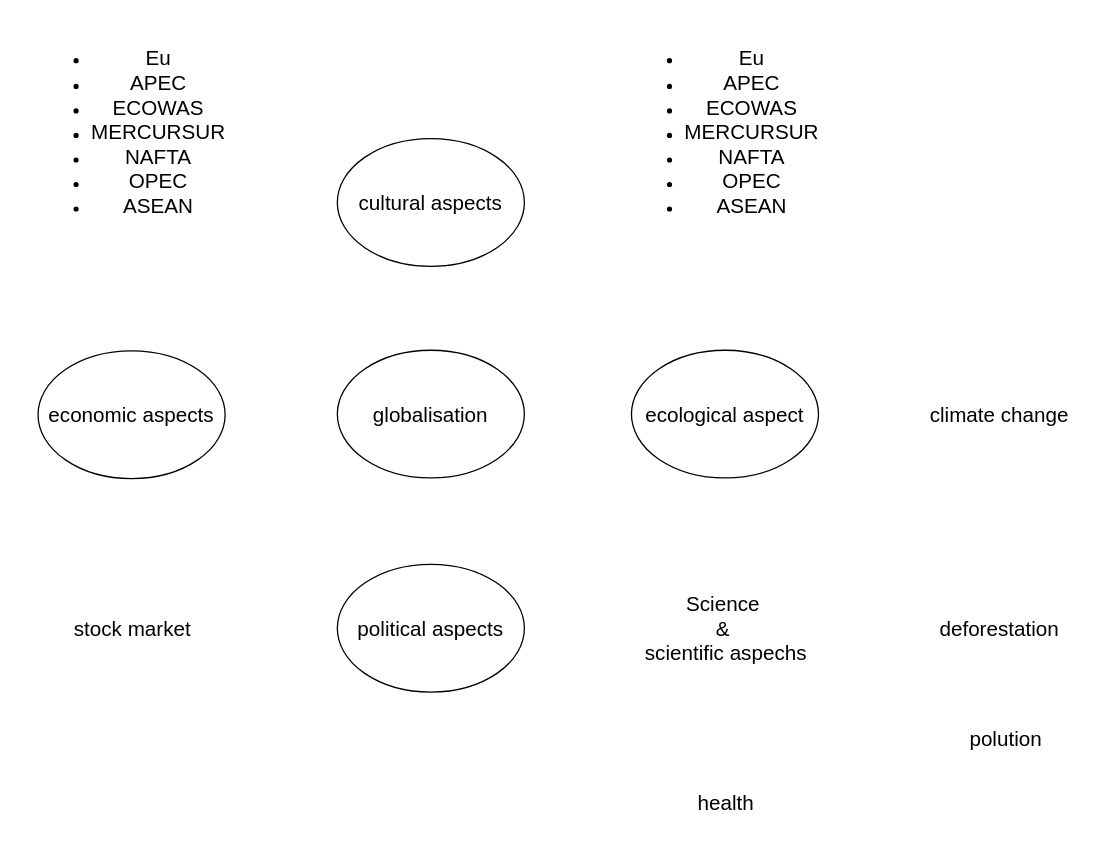
Maxbleibtgeheim/WBS-Norderstedt keeps this draw.io diagram as _Sonstige_/Diagramme/XML/Mind map Globalisation.drawio. Above is the earlier version. Source tidied: cells renumbered, new cells numbered last; positions are measured from the earlier drawing's top-left corner, leaving out a move shared by most shapes. Both pictures are drawn from the tidied source at 129%, with x=0, y=0 at pixel (22, 22).
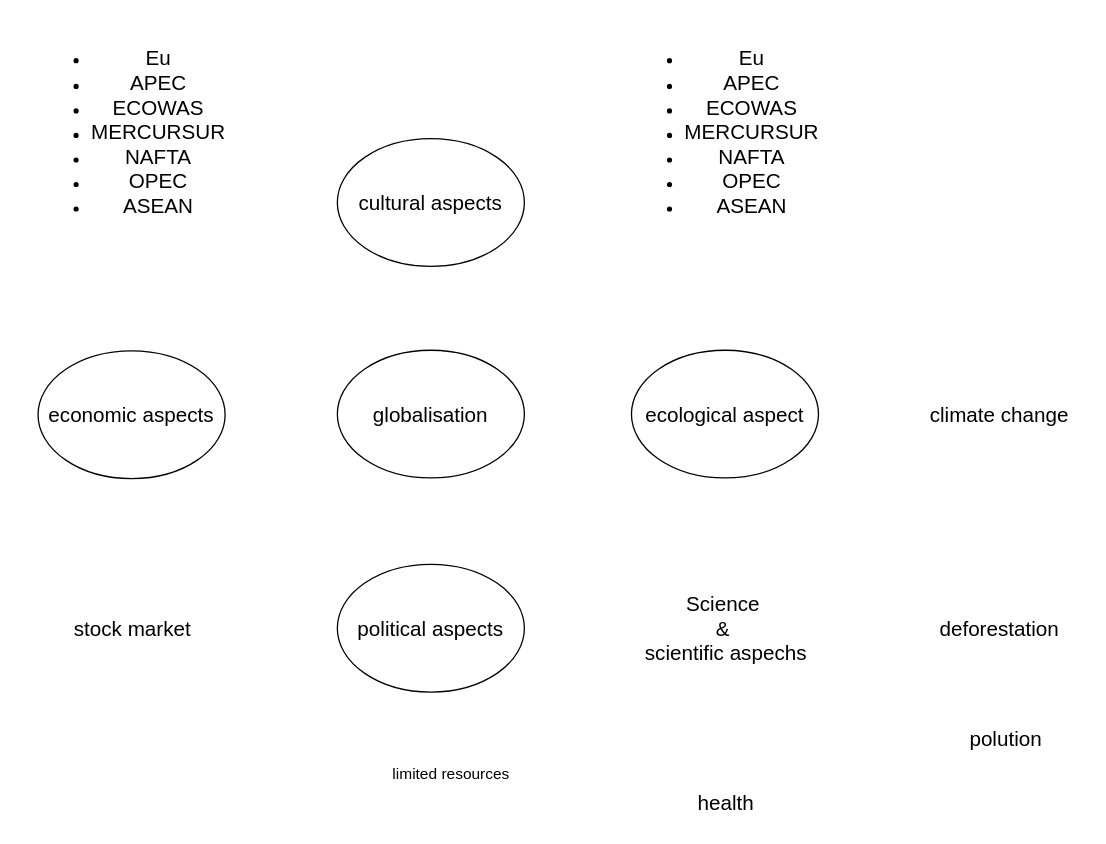
Above is the later version.

Commit message (it also covers changes not shown here):
vault backup: 26.09.2024 08:37:33

Affected files:
_Sonstige_/Diagramme/XML/.$Mind map Globalisation.drawio.bkp
_Sonstige_/Diagramme/XML/Mind map Globalisation.drawio

Diff of the diagram source:
```diff
@@
 <mxGraphModel>
   <root>
     <mxCell id="0" />
     <mxCell id="1" parent="0" />
     <mxCell id="2" value="&lt;font style=&quot;font-size: 16px;&quot;&gt;cultural aspects&lt;/font&gt;" style="ellipse;whiteSpace=wrap;html=1;" parent="1" vertex="1">
       <mxGeometry x="244" y="90" width="145" height="99" as="geometry" />
     </mxCell>
     <mxCell id="3" value="&lt;font style=&quot;font-size: 16px;&quot;&gt;climate change&lt;/font&gt;" style="text;html=1;align=center;verticalAlign=middle;strokeColor=none;fillColor=none;" parent="1" vertex="1">
       <mxGeometry x="692" y="289" width="130" height="30" as="geometry" />
     </mxCell>
     <mxCell id="4" value="&lt;div&gt;&lt;span style=&quot;font-size: 16px;&quot;&gt;Science&amp;nbsp;&lt;/span&gt;&lt;/div&gt;&lt;div&gt;&lt;span style=&quot;font-size: 16px;&quot;&gt;&amp;amp;&amp;nbsp;&lt;/span&gt;&lt;/div&gt;&lt;div&gt;&lt;span style=&quot;font-size: 16px;&quot;&gt;scientific aspechs&lt;/span&gt;&lt;/div&gt;" style="text;html=1;align=center;verticalAlign=middle;strokeColor=none;fillColor=none;" parent="1" vertex="1">
       <mxGeometry x="469.5" y="434.5" width="150" height="70" as="geometry" />
     </mxCell>
     <mxCell id="5" value="&lt;span style=&quot;font-size: 16px;&quot;&gt;health&lt;/span&gt;" style="text;html=1;align=center;verticalAlign=middle;strokeColor=none;fillColor=none;" parent="1" vertex="1">
       <mxGeometry x="509.5" y="590" width="70" height="30" as="geometry" />
     </mxCell>
     <mxCell id="6" value="&lt;span style=&quot;font-size: 16px;&quot;&gt;globalisation&lt;/span&gt;" style="ellipse;whiteSpace=wrap;html=1;" parent="1" vertex="1">
       <mxGeometry x="244" y="254" width="145" height="99" as="geometry" />
     </mxCell>
     <mxCell id="7" value="&lt;span style=&quot;font-size: 16px;&quot;&gt;political aspects&lt;/span&gt;" style="ellipse;whiteSpace=wrap;html=1;" parent="1" vertex="1">
       <mxGeometry x="244" y="420" width="145" height="99" as="geometry" />
     </mxCell>
     <mxCell id="8" value="&lt;font style=&quot;font-size: 16px;&quot;&gt;ecological aspect&lt;/font&gt;" style="ellipse;whiteSpace=wrap;html=1;" parent="1" vertex="1">
       <mxGeometry x="472" y="254" width="145" height="99" as="geometry" />
     </mxCell>
     <mxCell id="9" value="&lt;span style=&quot;font-size: 16px;&quot;&gt;economic aspects&lt;/span&gt;" style="ellipse;whiteSpace=wrap;html=1;" parent="1" vertex="1">
       <mxGeometry x="12" y="254.5" width="145" height="99" as="geometry" />
     </mxCell>
     <mxCell id="10" value="&lt;div&gt;&lt;span style=&quot;font-size: 16px;&quot;&gt;stock market&lt;/span&gt;&lt;/div&gt;" style="text;html=1;align=center;verticalAlign=middle;strokeColor=none;fillColor=none;" parent="1" vertex="1">
       <mxGeometry x="29.5" y="454.5" width="110" height="30" as="geometry" />
     </mxCell>
     <mxCell id="11" value="&lt;ul&gt;&lt;li&gt;&lt;span style=&quot;font-size: 16px;&quot;&gt;Eu&lt;/span&gt;&lt;/li&gt;&lt;li&gt;&lt;span style=&quot;font-size: 16px;&quot;&gt;APEC&lt;/span&gt;&lt;br&gt;&lt;/li&gt;&lt;li&gt;&lt;span style=&quot;font-size: 16px;&quot;&gt;ECOWAS&lt;/span&gt;&lt;br&gt;&lt;/li&gt;&lt;li&gt;&lt;span style=&quot;font-size: 16px;&quot;&gt;MERCURSUR&lt;/span&gt;&lt;br&gt;&lt;/li&gt;&lt;li&gt;&lt;span style=&quot;font-size: 16px;&quot;&gt;NAFTA&lt;/span&gt;&lt;br&gt;&lt;/li&gt;&lt;li&gt;&lt;span style=&quot;font-size: 16px;&quot;&gt;OPEC&lt;/span&gt;&lt;br&gt;&lt;/li&gt;&lt;li&gt;&lt;span style=&quot;font-size: 16px;&quot;&gt;ASEAN&lt;/span&gt;&lt;br&gt;&lt;/li&gt;&lt;/ul&gt;" style="text;html=1;align=center;verticalAlign=middle;strokeColor=none;fillColor=none;" parent="1" vertex="1">
       <mxGeometry x="459.5" width="170" height="170" as="geometry" />
     </mxCell>
     <mxCell id="12" value="&lt;font style=&quot;font-size: 16px;&quot;&gt;deforestation&lt;/font&gt;" style="text;html=1;align=center;verticalAlign=middle;strokeColor=none;fillColor=none;" parent="1" vertex="1">
       <mxGeometry x="697" y="454.5" width="120" height="30" as="geometry" />
     </mxCell>
     <mxCell id="13" value="&lt;ul&gt;&lt;li&gt;&lt;span style=&quot;font-size: 16px;&quot;&gt;Eu&lt;/span&gt;&lt;/li&gt;&lt;li&gt;&lt;span style=&quot;font-size: 16px;&quot;&gt;APEC&lt;/span&gt;&lt;br&gt;&lt;/li&gt;&lt;li&gt;&lt;span style=&quot;font-size: 16px;&quot;&gt;ECOWAS&lt;/span&gt;&lt;br&gt;&lt;/li&gt;&lt;li&gt;&lt;span style=&quot;font-size: 16px;&quot;&gt;MERCURSUR&lt;/span&gt;&lt;br&gt;&lt;/li&gt;&lt;li&gt;&lt;span style=&quot;font-size: 16px;&quot;&gt;NAFTA&lt;/span&gt;&lt;br&gt;&lt;/li&gt;&lt;li&gt;&lt;span style=&quot;font-size: 16px;&quot;&gt;OPEC&lt;/span&gt;&lt;br&gt;&lt;/li&gt;&lt;li&gt;&lt;span style=&quot;font-size: 16px;&quot;&gt;ASEAN&lt;/span&gt;&lt;br&gt;&lt;/li&gt;&lt;/ul&gt;" style="text;html=1;align=center;verticalAlign=middle;strokeColor=none;fillColor=none;" parent="1" vertex="1">
       <mxGeometry x="-0.5" width="170" height="170" as="geometry" />
     </mxCell>
     <mxCell id="14" value="&lt;font style=&quot;font-size: 16px;&quot;&gt;polution&lt;/font&gt;" style="text;html=1;align=center;verticalAlign=middle;strokeColor=none;fillColor=none;" parent="1" vertex="1">
       <mxGeometry x="722" y="540" width="80" height="30" as="geometry" />
     </mxCell>
+    <mxCell id="15" value="limited resources" style="text;html=1;align=center;verticalAlign=middle;strokeColor=none;fillColor=none;" parent="1" vertex="1">
+      <mxGeometry x="277" y="568" width="110" height="30" as="geometry" />
+    </mxCell>
   </root>
 </mxGraphModel>
```
